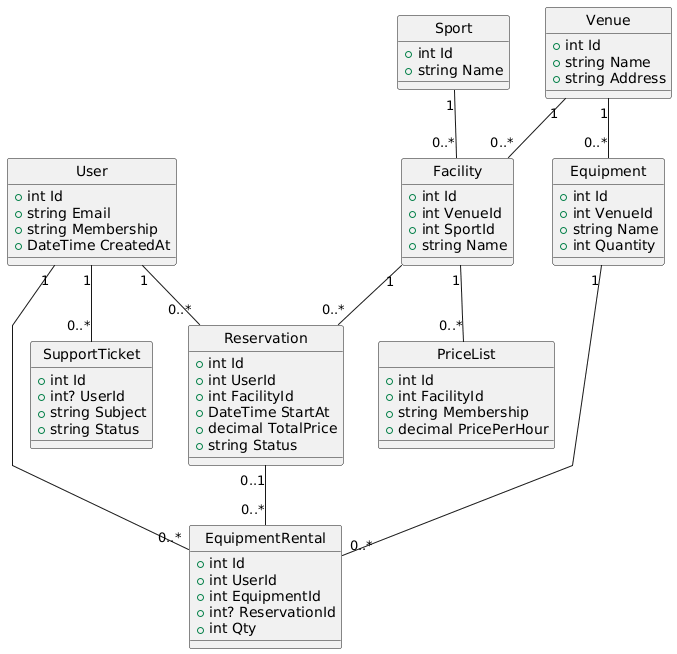
The PlantUML diagram class diagram.png in Roubean1/reservation-system-for-sports-facilities, before a commit.
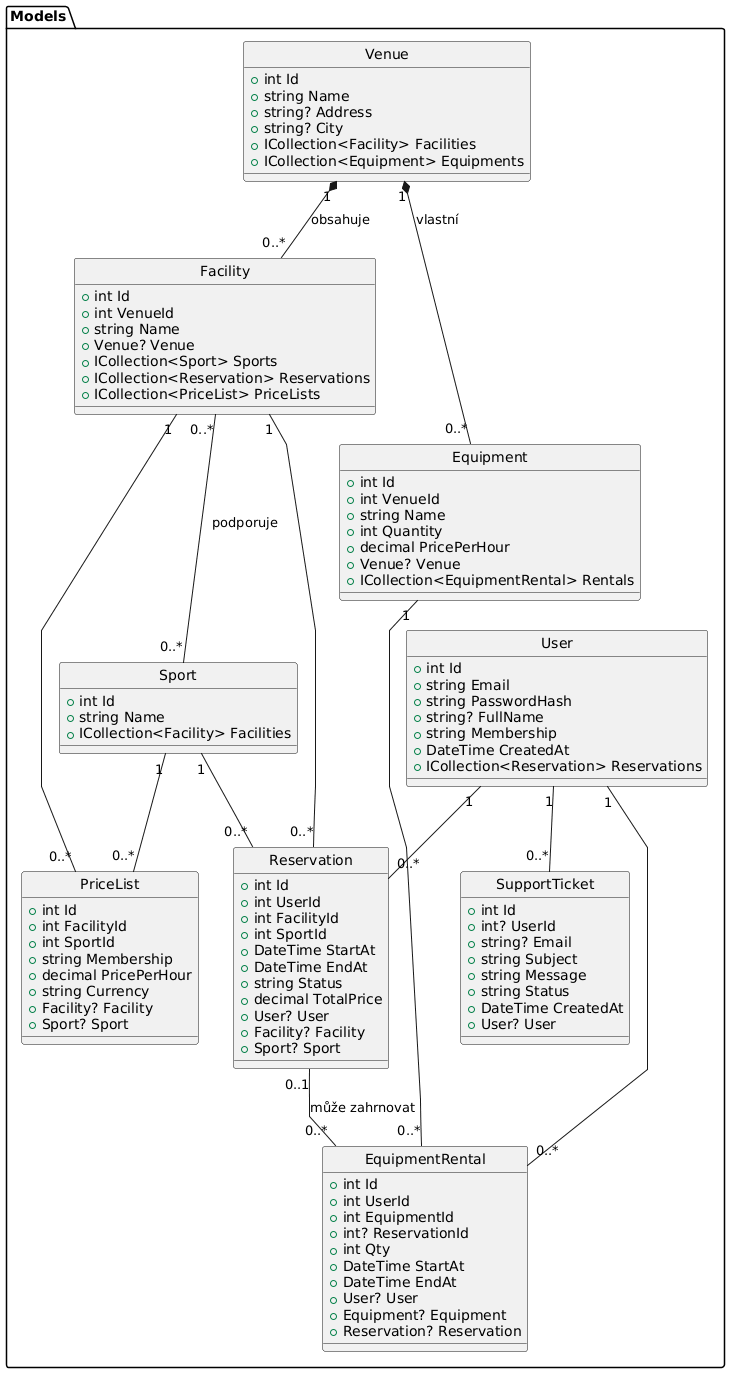
Later version of the same file.

Commit message:
Funcitonal reservations

What changed in the source:
```diff
@@ -2,77 +2,119 @@
 skinparam linetype polyline
 hide circle
 
-class User {
-    +int Id
-    +string Email
-    +string Membership
-    +DateTime CreatedAt
+namespace Models {
+
+    class User {
+        + int Id
+        + string Email
+        + string PasswordHash
+        + string? FullName
+        + string Membership
+        + DateTime CreatedAt
+        + ICollection<Reservation> Reservations
+    }
+
+    class Venue {
+        + int Id
+        + string Name
+        + string? Address
+        + string? City
+        + ICollection<Facility> Facilities
+        + ICollection<Equipment> Equipments
+    }
+
+    class Sport {
+        + int Id
+        + string Name
+        + ICollection<Facility> Facilities
+    }
+
+    class Facility {
+        + int Id
+        + int VenueId
+        + string Name
+        + Venue? Venue
+        + ICollection<Sport> Sports
+        + ICollection<Reservation> Reservations
+        + ICollection<PriceList> PriceLists
+    }
+
+    class Reservation {
+        + int Id
+        + int UserId
+        + int FacilityId
+        + int SportId
+        + DateTime StartAt
+        + DateTime EndAt
+        + string Status
+        + decimal TotalPrice
+        + User? User
+        + Facility? Facility
+        + Sport? Sport
+    }
+
+    class PriceList {
+        + int Id
+        + int FacilityId
+        + int SportId
+        + string Membership
+        + decimal PricePerHour
+        + string Currency
+        + Facility? Facility
+        + Sport? Sport
+    }
+
+    class Equipment {
+        + int Id
+        + int VenueId
+        + string Name
+        + int Quantity
+        + decimal PricePerHour
+        + Venue? Venue
+        + ICollection<EquipmentRental> Rentals
+    }
+
+    class EquipmentRental {
+        + int Id
+        + int UserId
+        + int EquipmentId
+        + int? ReservationId
+        + int Qty
+        + DateTime StartAt
+        + DateTime EndAt
+        + User? User
+        + Equipment? Equipment
+        + Reservation? Reservation
+    }
+
+    class SupportTicket {
+        + int Id
+        + int? UserId
+        + string? Email
+        + string Subject
+        + string Message
+        + string Status
+        + DateTime CreatedAt
+        + User? User
+    }
+
+
+    Venue "1" *-- "0..*" Facility : obsahuje
+    Venue "1" *-- "0..*" Equipment : vlastní
+
+    Facility "0..*" -- "0..*" Sport : podporuje
+
+    Facility "1" -- "0..*" Reservation
+    Facility "1" -- "0..*" PriceList
+
+    Sport "1" -- "0..*" Reservation
+    Sport "1" -- "0..*" PriceList
+
+    User "1" -- "0..*" Reservation
+    User "1" -- "0..*" EquipmentRental
+    User "1" -- "0..*" SupportTicket
+
+    Equipment "1" -- "0..*" EquipmentRental
+    Reservation "0..1" -- "0..*" EquipmentRental : může zahrnovat
 }
-
-class Venue {
-    +int Id
-    +string Name
-    +string Address
-}
-
-class Sport {
-    +int Id
-    +string Name
-}
-
-class Facility {
-    +int Id
-    +int VenueId
-    +int SportId
-    +string Name
-}
-
-class Reservation {
-    +int Id
-    +int UserId
-    +int FacilityId
-    +DateTime StartAt
-    +decimal TotalPrice
-    +string Status
-}
-
-class PriceList {
-    +int Id
-    +int FacilityId
-    +string Membership
-    +decimal PricePerHour
-}
-
-class Equipment {
-    +int Id
-    +int VenueId
-    +string Name
-    +int Quantity
-}
-
-class EquipmentRental {
-    +int Id
-    +int UserId
-    +int EquipmentId
-    +int? ReservationId
-    +int Qty
-}
-
-class SupportTicket {
-    +int Id
-    +int? UserId
-    +string Subject
-    +string Status
-}
-
-Venue "1" -- "0..*" Facility
-Venue "1" -- "0..*" Equipment
-Sport "1" -- "0..*" Facility
-Facility "1" -- "0..*" Reservation
-Facility "1" -- "0..*" PriceList
-User "1" -- "0..*" Reservation
-User "1" -- "0..*" EquipmentRental
-User "1" -- "0..*" SupportTicket
-Equipment "1" -- "0..*" EquipmentRental
-Reservation "0..1" -- "0..*" EquipmentRental
 @enduml
```
